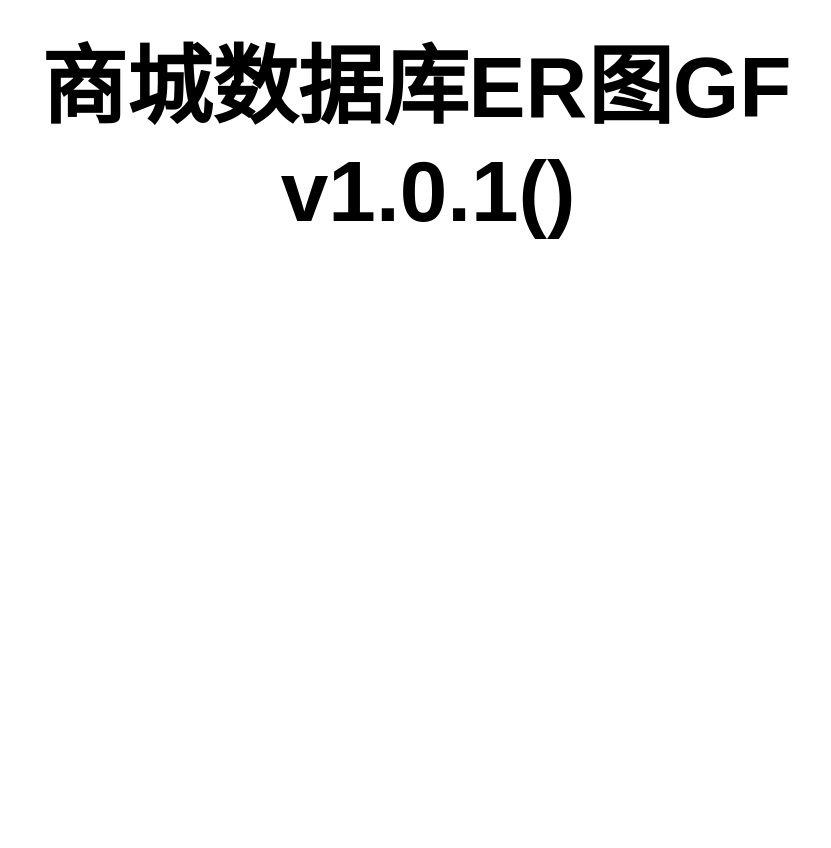
Earlier version of the draw.io diagram er/tf/会员中心.drawio (GF521123/file). Source tidied: cells renumbered, new cells numbered last; positions are measured from the earlier drawing's top-left corner, leaving out a move shared by most shapes. Both pictures are drawn from the tidied source at 150%, with x=0, y=0 at pixel (26, 26).
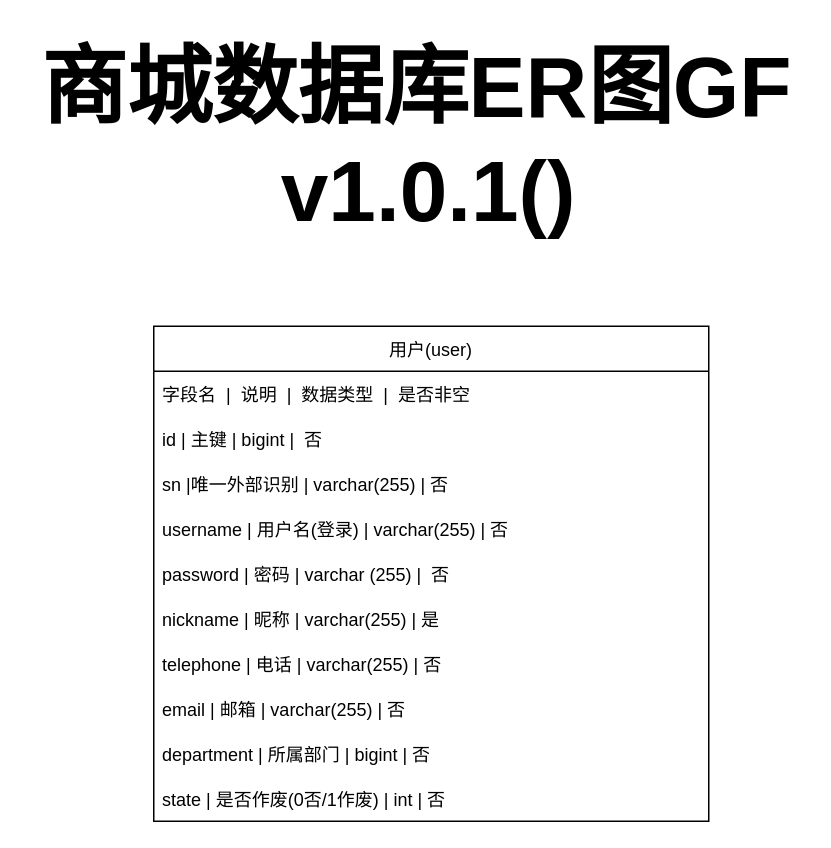
After the change.

Commit message (it also covers changes not shown here):
更新会员中心.drawio

Diff of the diagram source:
```diff
@@
 <mxGraphModel>
   <root>
     <mxCell id="0" />
     <mxCell id="1" parent="0" />
     <mxCell id="2" value="&lt;font size=&quot;1&quot; color=&quot;#000000&quot;&gt;&lt;b style=&quot;font-size: 57px;&quot;&gt;商城数据库ER图&lt;/b&gt;&lt;/font&gt;&lt;b style=&quot;color: rgb(0, 0, 0); font-size: 57px;&quot;&gt;GF&lt;/b&gt;&lt;font size=&quot;1&quot; color=&quot;#000000&quot;&gt;&lt;b style=&quot;font-size: 57px;&quot;&gt;&lt;br&gt;&amp;nbsp;v1.0.1()&lt;/b&gt;&lt;/font&gt;" style="text;html=1;align=center;verticalAlign=middle;strokeColor=none;fillColor=none;fontSize=13;fontColor=#CCCCCC;" parent="1" vertex="1">
       <mxGeometry width="520" height="150" as="geometry" />
     </mxCell>
+    <mxCell id="3" value="用户(user)" style="swimlane;fontStyle=0;horizontal=1;startSize=30;" parent="1" vertex="1">
+      <mxGeometry x="85" y="200" width="370" height="330" as="geometry" />
+    </mxCell>
+    <mxCell id="4" value="字段名  |  说明  |  数据类型  |  是否非空" style="text;strokeColor=none;fillColor=none;align=left;verticalAlign=middle;spacingLeft=4;spacingRight=4;overflow=hidden;" parent="3" vertex="1">
+      <mxGeometry y="30" width="370" height="30" as="geometry" />
+    </mxCell>
+    <mxCell id="5" value="id | 主键 | bigint |  否" style="text;strokeColor=none;fillColor=none;align=left;verticalAlign=middle;spacingLeft=4;spacingRight=4;overflow=hidden;" parent="3" vertex="1">
+      <mxGeometry y="60" width="370" height="30" as="geometry" />
+    </mxCell>
+    <mxCell id="6" value="sn |唯一外部识别 | varchar(255) | 否" style="text;strokeColor=none;fillColor=none;align=left;verticalAlign=middle;spacingLeft=4;spacingRight=4;overflow=hidden;" parent="3" vertex="1">
+      <mxGeometry y="90" width="370" height="30" as="geometry" />
+    </mxCell>
+    <mxCell id="7" value="username | 用户名(登录) | varchar(255) | 否  " style="text;strokeColor=none;fillColor=none;align=left;verticalAlign=middle;spacingLeft=4;spacingRight=4;overflow=hidden;" parent="3" vertex="1">
+      <mxGeometry y="120" width="370" height="30" as="geometry" />
+    </mxCell>
+    <mxCell id="8" value="password | 密码 | varchar (255) |  否" style="text;strokeColor=none;fillColor=none;align=left;verticalAlign=middle;spacingLeft=4;spacingRight=4;overflow=hidden;" parent="3" vertex="1">
+      <mxGeometry y="150" width="370" height="30" as="geometry" />
+    </mxCell>
+    <mxCell id="9" value="nickname | 昵称 | varchar(255) | 是" style="text;strokeColor=none;fillColor=none;align=left;verticalAlign=middle;spacingLeft=4;spacingRight=4;overflow=hidden;" parent="3" vertex="1">
+      <mxGeometry y="180" width="370" height="30" as="geometry" />
+    </mxCell>
+    <mxCell id="10" value="telephone | 电话 | varchar(255) | 否" style="text;strokeColor=none;fillColor=none;align=left;verticalAlign=middle;spacingLeft=4;spacingRight=4;overflow=hidden;" parent="3" vertex="1">
+      <mxGeometry y="210" width="370" height="30" as="geometry" />
+    </mxCell>
+    <mxCell id="11" value="email | 邮箱 | varchar(255) | 否" style="text;strokeColor=none;fillColor=none;align=left;verticalAlign=middle;spacingLeft=4;spacingRight=4;overflow=hidden;" parent="3" vertex="1">
+      <mxGeometry y="240" width="370" height="30" as="geometry" />
+    </mxCell>
+    <mxCell id="12" value="department | 所属部门 | bigint | 否" style="text;strokeColor=none;fillColor=none;align=left;verticalAlign=middle;spacingLeft=4;spacingRight=4;overflow=hidden;" parent="3" vertex="1">
+      <mxGeometry y="270" width="370" height="30" as="geometry" />
+    </mxCell>
+    <mxCell id="13" value="state | 是否作废(0否/1作废) | int | 否" style="text;strokeColor=none;fillColor=none;align=left;verticalAlign=middle;spacingLeft=4;spacingRight=4;overflow=hidden;" parent="3" vertex="1">
+      <mxGeometry y="300" width="370" height="30" as="geometry" />
+    </mxCell>
   </root>
 </mxGraphModel>
```
